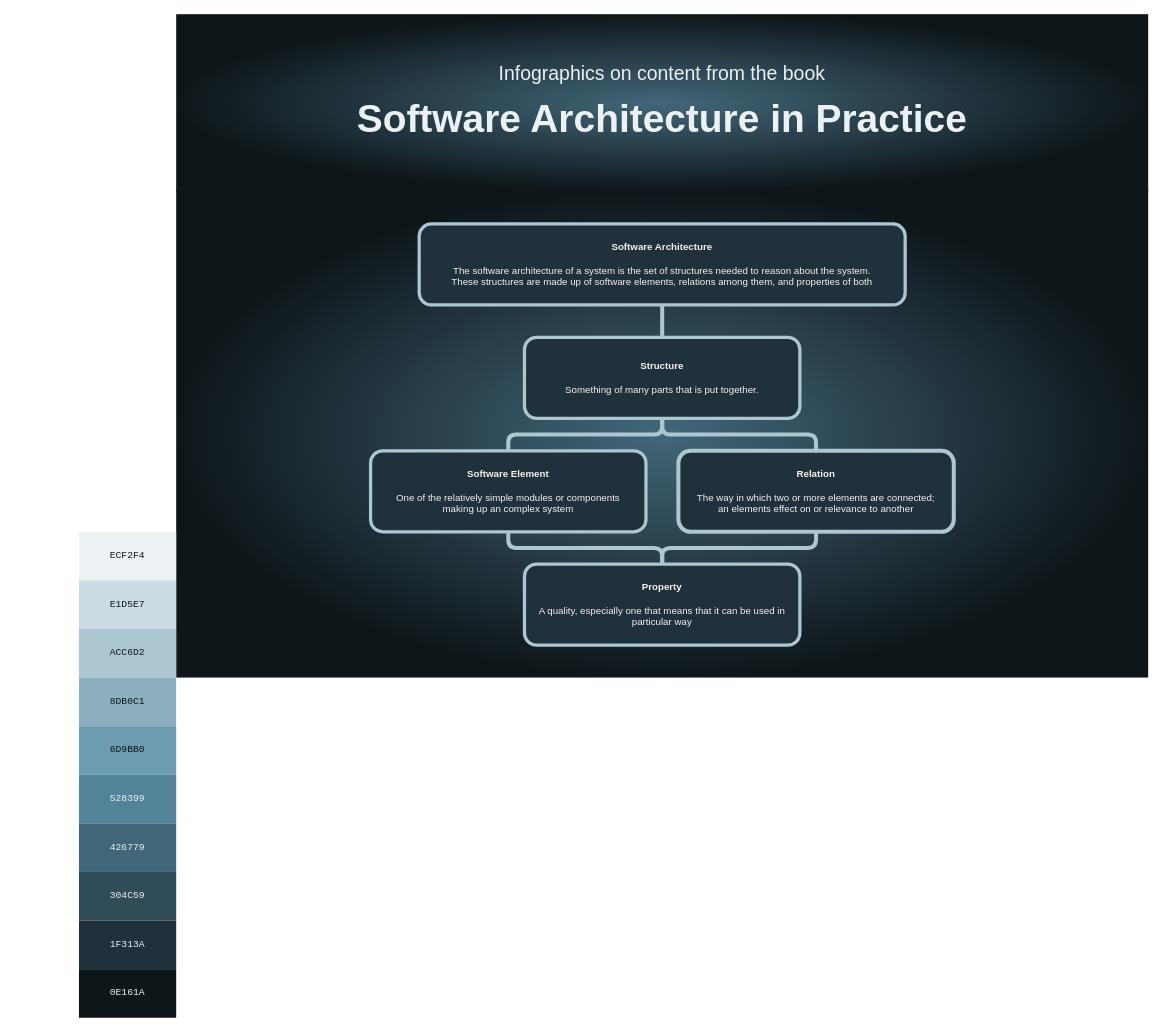
The draw.io diagram page "Page-1" (1 of 2) of infographics-software-architecture-in-practise-4th-ed.drawio in HenrikSamuelsson/reading-sw-architecture-in-practice-4th, before the edit. Source tidied: cells renumbered, new cells numbered last; positions are measured from the earlier drawing's top-left corner, leaving out a move shared by most shapes. Both pictures are drawn from the tidied source at 81%, with x=0, y=0 at pixel (79, 14).
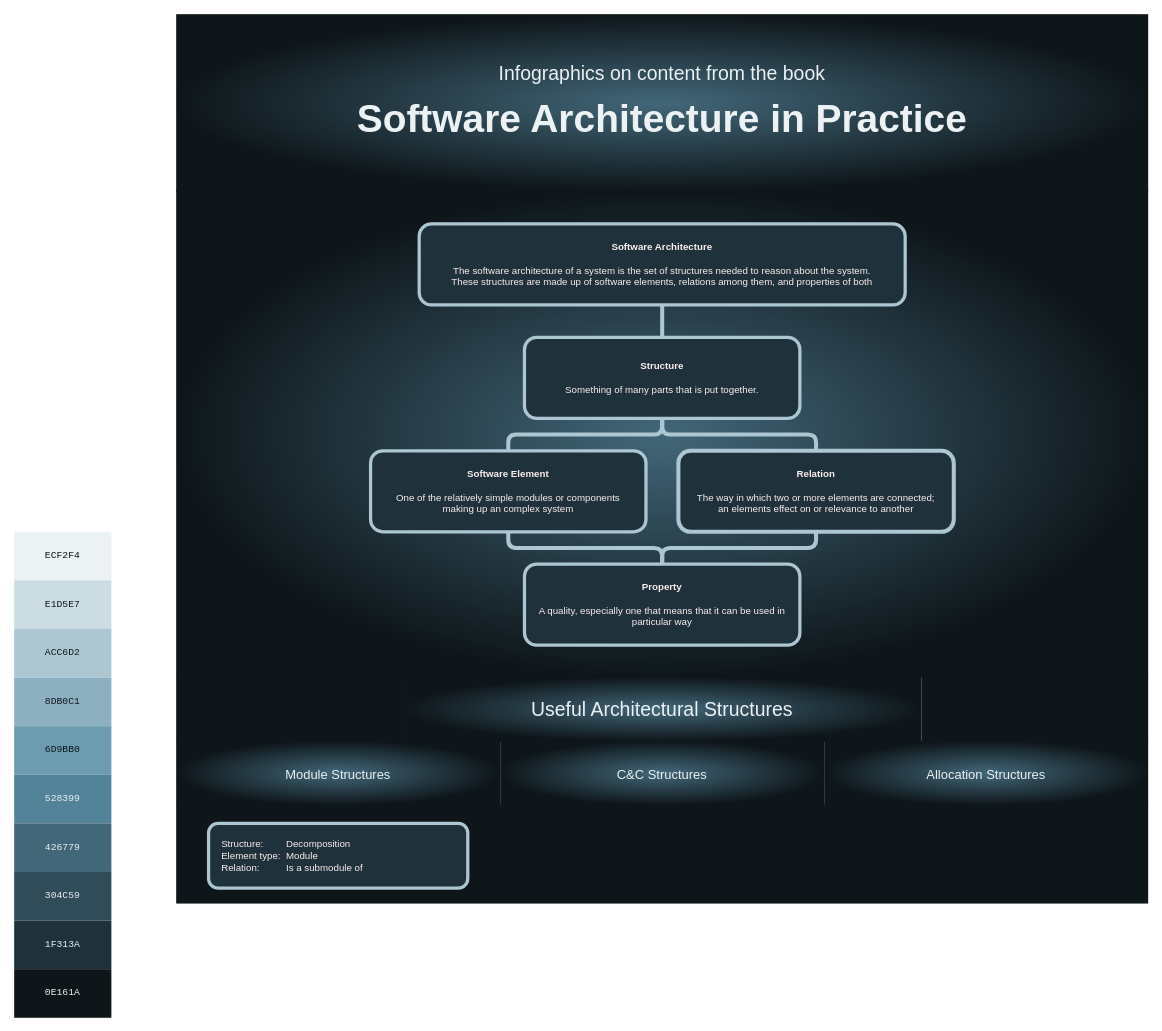
The same diagram, later.

Commit message:
Add section on useful architectural structures.

Change to the diagram source:
```diff
@@
+    <mxCell id="28" style="rounded=0;whiteSpace=wrap;html=1;fontSize=24;fillColor=#426779;strokeColor=none;gradientColor=#0e161a;gradientDirection=radial;" parent="1" vertex="1">
+      <mxGeometry x="400" y="818" width="640" height="80" as="geometry" />
+    </mxCell>
+    <mxCell id="29" style="group;" parent="1" vertex="1">
+      <mxGeometry x="-80" y="639" width="120" height="600" as="geometry" />
+    </mxCell>
-    <mxCell id="5" value="ECF2F4" style="rounded=0;whiteSpace=wrap;html=1;gradientColor=none;strokeColor=none;fillColor=#ecf2f4;fontFamily=Consolas;fontColor=#0e161a;" parent="1" vertex="1">
-      <mxGeometry y="639" width="120" height="60" as="geometry" />
+    <mxCell id="5" value="ECF2F4" style="rounded=0;whiteSpace=wrap;html=1;gradientColor=none;strokeColor=none;fillColor=#ecf2f4;fontFamily=Consolas;fontColor=#0e161a;" parent="29" vertex="1">
+      <mxGeometry width="120" height="60" as="geometry" />
     </mxCell>
-    <mxCell id="6" value="E1D5E7" style="rounded=0;whiteSpace=wrap;html=1;gradientColor=none;strokeColor=none;fillColor=#CCDCE3;fontFamily=Consolas;fontColor=#0e161a;" parent="1" vertex="1">
-      <mxGeometry y="699" width="120" height="60" as="geometry" />
+    <mxCell id="6" value="E1D5E7" style="rounded=0;whiteSpace=wrap;html=1;gradientColor=none;strokeColor=none;fillColor=#CCDCE3;fontFamily=Consolas;fontColor=#0e161a;" parent="29" vertex="1">
+      <mxGeometry y="60" width="120" height="60" as="geometry" />
     </mxCell>
-    <mxCell id="7" value="ACC6D2" style="rounded=0;whiteSpace=wrap;html=1;gradientColor=none;strokeColor=none;fillColor=#acc6d2;fontFamily=Consolas;fontColor=#0e161a;" parent="1" vertex="1">
-      <mxGeometry y="759" width="120" height="60" as="geometry" />
+    <mxCell id="7" value="ACC6D2" style="rounded=0;whiteSpace=wrap;html=1;gradientColor=none;strokeColor=none;fillColor=#acc6d2;fontFamily=Consolas;fontColor=#0e161a;" parent="29" vertex="1">
+      <mxGeometry y="120" width="120" height="60" as="geometry" />
     </mxCell>
-    <mxCell id="8" value="8DB0C1" style="rounded=0;whiteSpace=wrap;html=1;gradientColor=none;fillColor=#8db0c1;strokeColor=none;fontFamily=Consolas;fontColor=#0e161a;" parent="1" vertex="1">
-      <mxGeometry y="819" width="120" height="60" as="geometry" />
+    <mxCell id="8" value="8DB0C1" style="rounded=0;whiteSpace=wrap;html=1;gradientColor=none;fillColor=#8db0c1;strokeColor=none;fontFamily=Consolas;fontColor=#0e161a;" parent="29" vertex="1">
+      <mxGeometry y="180" width="120" height="60" as="geometry" />
     </mxCell>
-    <mxCell id="9" value="6D9BB0" style="rounded=0;whiteSpace=wrap;html=1;gradientColor=none;fillColor=#6d9bb0;strokeColor=none;fontFamily=Consolas;fontColor=#0e161a;" parent="1" vertex="1">
-      <mxGeometry y="879" width="120" height="60" as="geometry" />
+    <mxCell id="9" value="6D9BB0" style="rounded=0;whiteSpace=wrap;html=1;gradientColor=none;fillColor=#6d9bb0;strokeColor=none;fontFamily=Consolas;fontColor=#0e161a;" parent="29" vertex="1">
+      <mxGeometry y="240" width="120" height="60" as="geometry" />
     </mxCell>
-    <mxCell id="10" value="528399" style="rounded=0;whiteSpace=wrap;html=1;gradientColor=none;fillColor=#528399;strokeColor=none;fontFamily=Consolas;fontColor=#ecf2f4;" parent="1" vertex="1">
-      <mxGeometry y="939" width="120" height="60" as="geometry" />
+    <mxCell id="10" value="528399" style="rounded=0;whiteSpace=wrap;html=1;gradientColor=none;fillColor=#528399;strokeColor=none;fontFamily=Consolas;fontColor=#ecf2f4;" parent="29" vertex="1">
+      <mxGeometry y="300" width="120" height="60" as="geometry" />
     </mxCell>
-    <mxCell id="11" value="426779" style="rounded=0;whiteSpace=wrap;html=1;gradientColor=none;fillColor=#426779;strokeColor=none;fontFamily=Consolas;fontColor=#ecf2f4;" parent="1" vertex="1">
-      <mxGeometry y="999" width="120" height="60" as="geometry" />
+    <mxCell id="11" value="426779" style="rounded=0;whiteSpace=wrap;html=1;gradientColor=none;fillColor=#426779;strokeColor=none;fontFamily=Consolas;fontColor=#ecf2f4;" parent="29" vertex="1">
+      <mxGeometry y="360" width="120" height="60" as="geometry" />
     </mxCell>
-    <mxCell id="12" value="304C59" style="rounded=0;whiteSpace=wrap;html=1;gradientColor=none;fillColor=#304c59;strokeColor=none;fontFamily=Consolas;fontColor=#ecf2f4;" parent="1" vertex="1">
-      <mxGeometry y="1059" width="120" height="60" as="geometry" />
+    <mxCell id="12" value="304C59" style="rounded=0;whiteSpace=wrap;html=1;gradientColor=none;fillColor=#304c59;strokeColor=none;fontFamily=Consolas;fontColor=#ecf2f4;" parent="29" vertex="1">
+      <mxGeometry y="420" width="120" height="60" as="geometry" />
     </mxCell>
-    <mxCell id="13" value="1F313A" style="rounded=0;whiteSpace=wrap;html=1;gradientColor=none;strokeColor=none;fillColor=#1f313a;fontFamily=Consolas;fontColor=#ecf2f4;" parent="1" vertex="1">
-      <mxGeometry y="1119" width="120" height="60" as="geometry" />
+    <mxCell id="13" value="1F313A" style="rounded=0;whiteSpace=wrap;html=1;gradientColor=none;strokeColor=none;fillColor=#1f313a;fontFamily=Consolas;fontColor=#ecf2f4;" parent="29" vertex="1">
+      <mxGeometry y="480" width="120" height="60" as="geometry" />
     </mxCell>
-    <mxCell id="14" value="0E161A" style="rounded=0;whiteSpace=wrap;html=1;gradientColor=none;fillColor=#0e161a;strokeColor=none;fontFamily=Consolas;fontColor=#ecf2f4;" parent="1" vertex="1">
-      <mxGeometry y="1179" width="120" height="60" as="geometry" />
+    <mxCell id="14" value="0E161A" style="rounded=0;whiteSpace=wrap;html=1;gradientColor=none;fillColor=#0e161a;strokeColor=none;fontFamily=Consolas;fontColor=#ecf2f4;" parent="29" vertex="1">
+      <mxGeometry y="540" width="120" height="60" as="geometry" />
     </mxCell>
+    <mxCell id="30" style="rounded=0;whiteSpace=wrap;html=1;fontSize=24;fillColor=#0e161a;strokeColor=none;gradientColor=none;gradientDirection=radial;" parent="1" vertex="1">
+      <mxGeometry x="1040" y="818" width="280" height="80" as="geometry" />
+    </mxCell>
+    <mxCell id="31" style="rounded=0;whiteSpace=wrap;html=1;fontSize=24;fillColor=#0e161a;strokeColor=none;gradientColor=none;gradientDirection=radial;" parent="1" vertex="1">
+      <mxGeometry x="120" y="818" width="280" height="80" as="geometry" />
+    </mxCell>
+    <mxCell id="32" value="&lt;font style=&quot;font-size: 16px;&quot;&gt;Module Structures&lt;/font&gt;" style="rounded=0;whiteSpace=wrap;html=1;fontSize=24;fillColor=#426779;strokeColor=none;gradientColor=#0e161a;gradientDirection=radial;fontColor=#ECF2F4;" parent="1" vertex="1">
+      <mxGeometry x="120" y="897" width="400" height="80" as="geometry" />
+    </mxCell>
+    <mxCell id="33" value="&lt;font style=&quot;font-size: 16px;&quot;&gt;C&amp;amp;C Structures&lt;/font&gt;" style="rounded=0;whiteSpace=wrap;html=1;fontSize=24;fillColor=#426779;strokeColor=none;gradientColor=#0e161a;gradientDirection=radial;fontColor=#ECF2F4;" parent="1" vertex="1">
+      <mxGeometry x="520" y="897" width="400" height="80" as="geometry" />
+    </mxCell>
+    <mxCell id="34" value="&lt;font style=&quot;font-size: 16px;&quot;&gt;Allocation Structures&lt;/font&gt;" style="rounded=0;whiteSpace=wrap;html=1;fontSize=24;fillColor=#426779;strokeColor=none;gradientColor=#0e161a;gradientDirection=radial;fontColor=#ECF2F4;" parent="1" vertex="1">
+      <mxGeometry x="920" y="897" width="400" height="80" as="geometry" />
+    </mxCell>
+    <mxCell id="35" style="rounded=0;whiteSpace=wrap;html=1;fontSize=24;fillColor=#0e161a;strokeColor=none;gradientColor=none;gradientDirection=radial;" parent="1" vertex="1">
+      <mxGeometry x="120" y="976" width="1200" height="122" as="geometry" />
+    </mxCell>
@@
+    <mxCell id="36" value="&lt;span style=&quot;font-size: 24px;&quot;&gt;Useful Architectural Structures&lt;/span&gt;" style="text;html=1;strokeColor=none;fillColor=none;align=center;verticalAlign=middle;whiteSpace=wrap;rounded=0;fontSize=16;fontColor=#ecf2f4;" parent="15" vertex="1">
+      <mxGeometry x="400" y="839" width="640" height="40" as="geometry" />
+    </mxCell>
+    <mxCell id="37" value="&lt;div style=&quot;&quot;&gt;&lt;span style=&quot;color: rgb(252, 239, 239);&quot;&gt;Structure:&lt;span style=&quot;white-space: pre;&quot;&gt;&#9;&lt;/span&gt;Decomposition&lt;/span&gt;&lt;/div&gt;&lt;div style=&quot;&quot;&gt;&lt;span style=&quot;color: rgb(252, 239, 239);&quot;&gt;Element type:&lt;span style=&quot;white-space: pre;&quot;&gt;&#9;&lt;/span&gt;Module&lt;/span&gt;&lt;/div&gt;&lt;div style=&quot;&quot;&gt;&lt;span style=&quot;color: rgb(252, 239, 239);&quot;&gt;Relation:&lt;span style=&quot;white-space: pre;&quot;&gt;&#9;&lt;/span&gt;&lt;span style=&quot;white-space: pre;&quot;&gt;&#9;&lt;/span&gt;Is a submodule of&lt;/span&gt;&lt;/div&gt;" style="rounded=1;whiteSpace=wrap;html=1;labelBackgroundColor=#1f313a;fontColor=#ecf2f4;fillColor=#1f313a;strokeColor=#acc6d2;strokeWidth=4;spacing=16;align=left;" parent="15" vertex="1">
+      <mxGeometry x="160" y="999" width="320" height="80" as="geometry" />
+    </mxCell>
```
